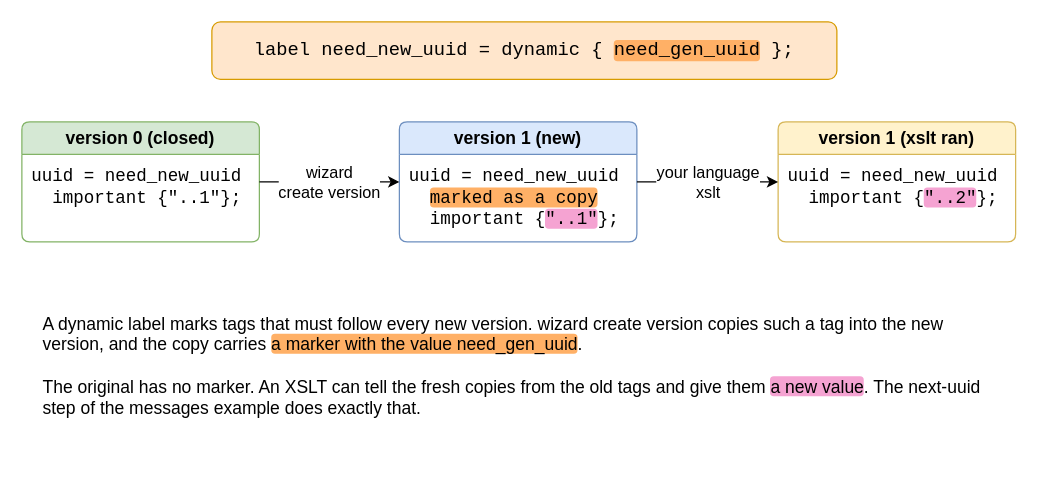
This is drawio/15_dynamic_label.drawio from goloveshin/galimatron_doc, a draw.io file, before an edit. Source tidied: cells renumbered, new cells numbered last; positions are measured from the earlier drawing's top-left corner, leaving out a move shared by most shapes. Both pictures are drawn from the tidied source at 125%, with x=0, y=0 at pixel (21, 21).
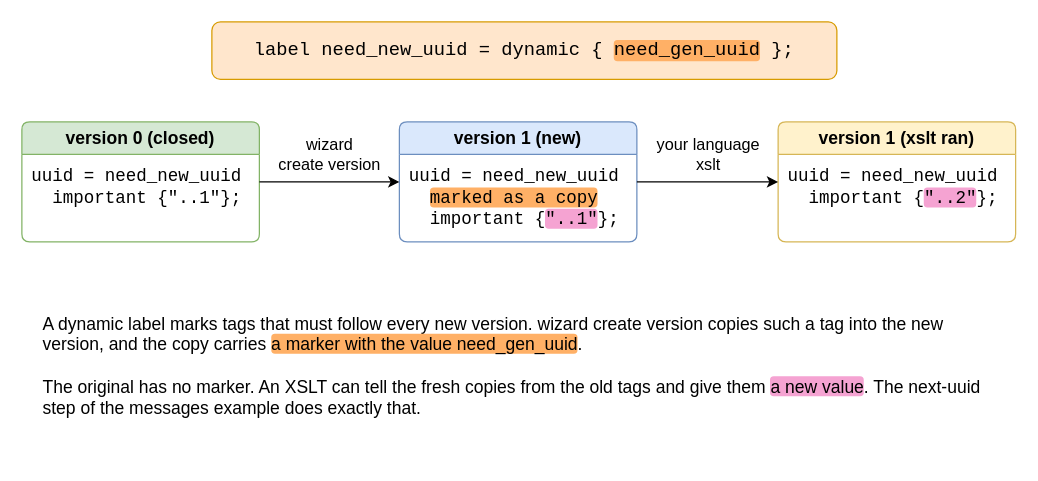
Above is the later version.

Change to the diagram source:
```diff
@@
 <mxGraphModel>
   <root>
     <mxCell id="0" />
     <mxCell id="1" parent="0" />
     <mxCell id="2" value="label need_new_uuid = dynamic { &lt;span style=&quot;background-color:#ffb066;border-radius:3px;&quot;&gt;need_gen_uuid&lt;/span&gt; };" style="rounded=1;whiteSpace=wrap;html=1;fillColor=#ffe6cc;strokeColor=#d79b00;fontFamily=Courier New;fontSize=15;" parent="1" vertex="1">
       <mxGeometry x="152" width="500" height="46" as="geometry" />
     </mxCell>
     <mxCell id="3" value="version 0 (closed)" style="swimlane;whiteSpace=wrap;html=1;rounded=1;arcSize=8;startSize=26;fillColor=#d5e8d4;strokeColor=#82b366;swimlaneFillColor=#ffffff;fontStyle=1;fontSize=14;align=center;" parent="1" vertex="1">
       <mxGeometry y="80" width="190" height="96" as="geometry" />
     </mxCell>
     <mxCell id="4" value="uuid = need_new_uuid&lt;br&gt;&amp;nbsp;&amp;nbsp;important {&quot;..1&quot;};" style="text;html=1;whiteSpace=wrap;verticalAlign=top;align=left;fontFamily=Courier New;fontSize=14;spacingLeft=6;spacingRight=4;spacingTop=3;" parent="3" vertex="1">
       <mxGeometry y="26" width="190" height="70" as="geometry" />
     </mxCell>
     <mxCell id="5" value="version 1 (new)" style="swimlane;whiteSpace=wrap;html=1;rounded=1;arcSize=8;startSize=26;fillColor=#dae8fc;strokeColor=#6c8ebf;swimlaneFillColor=#ffffff;fontStyle=1;fontSize=14;align=center;" parent="1" vertex="1">
       <mxGeometry x="302" y="80" width="190" height="96" as="geometry" />
     </mxCell>
     <mxCell id="6" value="uuid = need_new_uuid&lt;br&gt;&amp;nbsp;&amp;nbsp;&lt;span style=&quot;background-color:#ffb066;border-radius:3px;&quot;&gt;marked as a copy&lt;/span&gt;&lt;br&gt;&amp;nbsp;&amp;nbsp;important {&lt;span style=&quot;background-color:#f5a3d2;border-radius:3px;&quot;&gt;&quot;..1&quot;&lt;/span&gt;};" style="text;html=1;whiteSpace=wrap;verticalAlign=top;align=left;fontFamily=Courier New;fontSize=14;spacingLeft=6;spacingRight=4;spacingTop=3;" parent="5" vertex="1">
       <mxGeometry y="26" width="190" height="70" as="geometry" />
     </mxCell>
     <mxCell id="7" value="version 1 (xslt ran)" style="swimlane;whiteSpace=wrap;html=1;rounded=1;arcSize=8;startSize=26;fillColor=#fff2cc;strokeColor=#d6b656;swimlaneFillColor=#ffffff;fontStyle=1;fontSize=14;align=center;" parent="1" vertex="1">
       <mxGeometry x="605" y="80" width="190" height="96" as="geometry" />
     </mxCell>
     <mxCell id="8" value="uuid = need_new_uuid&lt;br&gt;&amp;nbsp;&amp;nbsp;important {&lt;span style=&quot;background-color:#f5a3d2;border-radius:3px;&quot;&gt;&quot;..2&quot;&lt;/span&gt;};" style="text;html=1;whiteSpace=wrap;verticalAlign=top;align=left;fontFamily=Courier New;fontSize=14;spacingLeft=6;spacingRight=4;spacingTop=3;" parent="7" vertex="1">
       <mxGeometry y="26" width="190" height="70" as="geometry" />
     </mxCell>
-    <mxCell id="9" value="wizard&lt;br&gt;create version" style="endArrow=classic;html=1;labelBackgroundColor=#ffffff;edgeStyle=none;fontSize=13;" parent="1" edge="1" source="3" target="5">
-      <mxGeometry relative="1" as="geometry" />
+    <mxCell id="9" value="wizard&lt;br&gt;create version" style="endArrow=classic;html=1;edgeStyle=none;fontSize=13;" parent="1" edge="1" source="3" target="5">
+      <mxGeometry relative="1" as="geometry">
+        <mxPoint y="-22" as="offset" />
+      </mxGeometry>
     </mxCell>
-    <mxCell id="10" value="your language&lt;br&gt;xslt" style="endArrow=classic;html=1;labelBackgroundColor=#ffffff;edgeStyle=none;fontSize=13;" parent="1" edge="1" source="5" target="7">
-      <mxGeometry relative="1" as="geometry" />
+    <mxCell id="10" value="your language&lt;br&gt;xslt" style="endArrow=classic;html=1;edgeStyle=none;fontSize=13;" parent="1" edge="1" source="5" target="7">
+      <mxGeometry relative="1" as="geometry">
+        <mxPoint y="-22" as="offset" />
+      </mxGeometry>
     </mxCell>
     <mxCell id="11" value="A dynamic label marks tags that must follow every new version. wizard create version copies such a tag into the new version, and the copy carries &lt;span style=&quot;background-color:#ffb066;border-radius:3px;&quot;&gt;a marker with the value need_gen_uuid&lt;/span&gt;.&lt;br&gt;&lt;br&gt;The original has no marker. An XSLT can tell the fresh copies from the old tags and give them &lt;span style=&quot;background-color:#f5a3d2;border-radius:3px;&quot;&gt;a new value&lt;/span&gt;. The next-uuid step of the messages example does exactly that." style="text;html=1;whiteSpace=wrap;verticalAlign=middle;align=left;fontSize=14;" parent="1" vertex="1">
       <mxGeometry x="15" y="200" width="770" height="150" as="geometry" />
     </mxCell>
   </root>
 </mxGraphModel>
```
